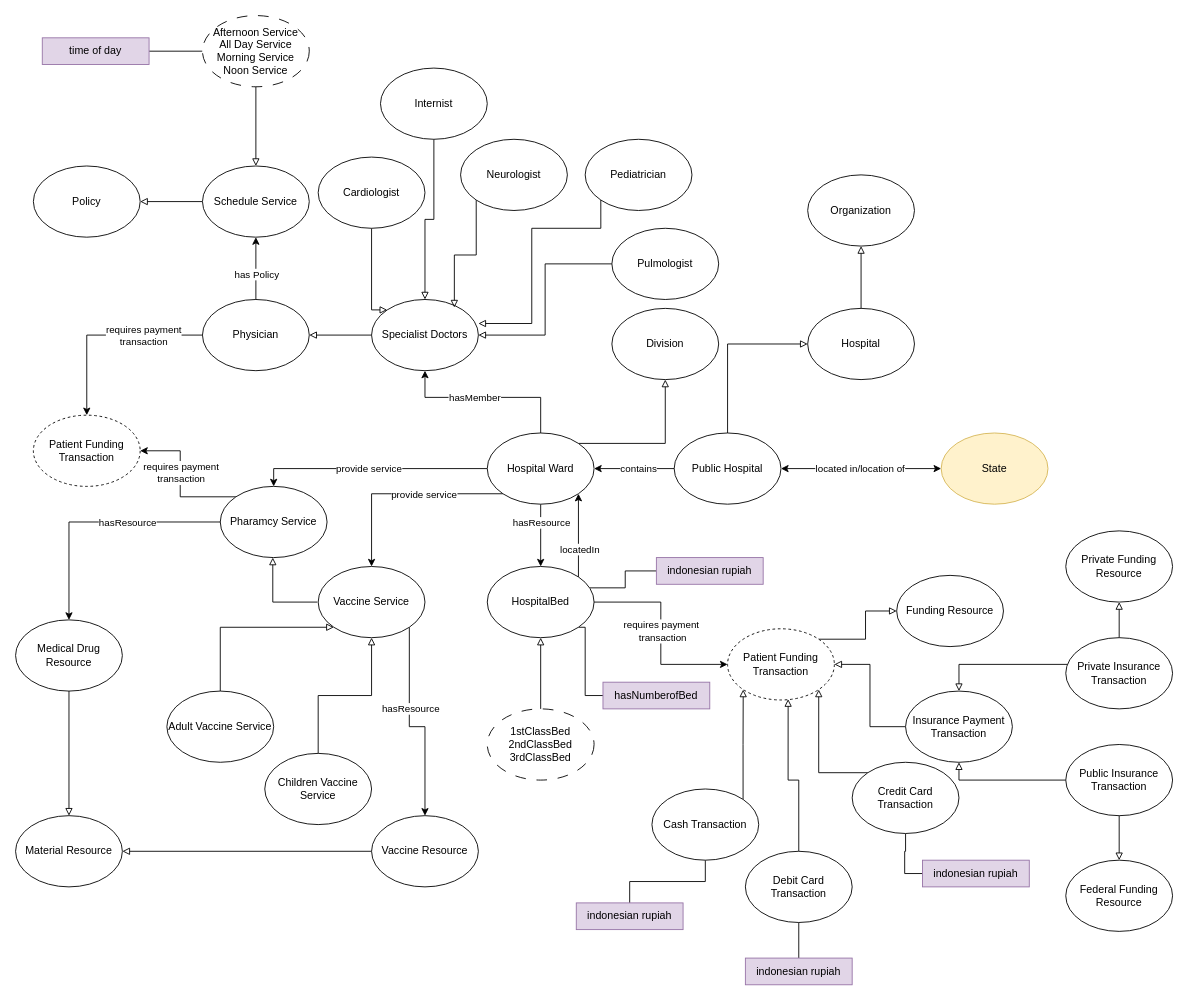
Before: page "v2" (2 of 6) of UPdate_ontology_Diagram_3.1.drawio in irhamniali/OGD_health, a draw.io diagram. Source tidied: cells renumbered, new cells numbered last; positions are measured from the earlier drawing's top-left corner, leaving out a move shared by most shapes. Both pictures are drawn from the tidied source at 89%, with x=0, y=0 at pixel (15, 15).
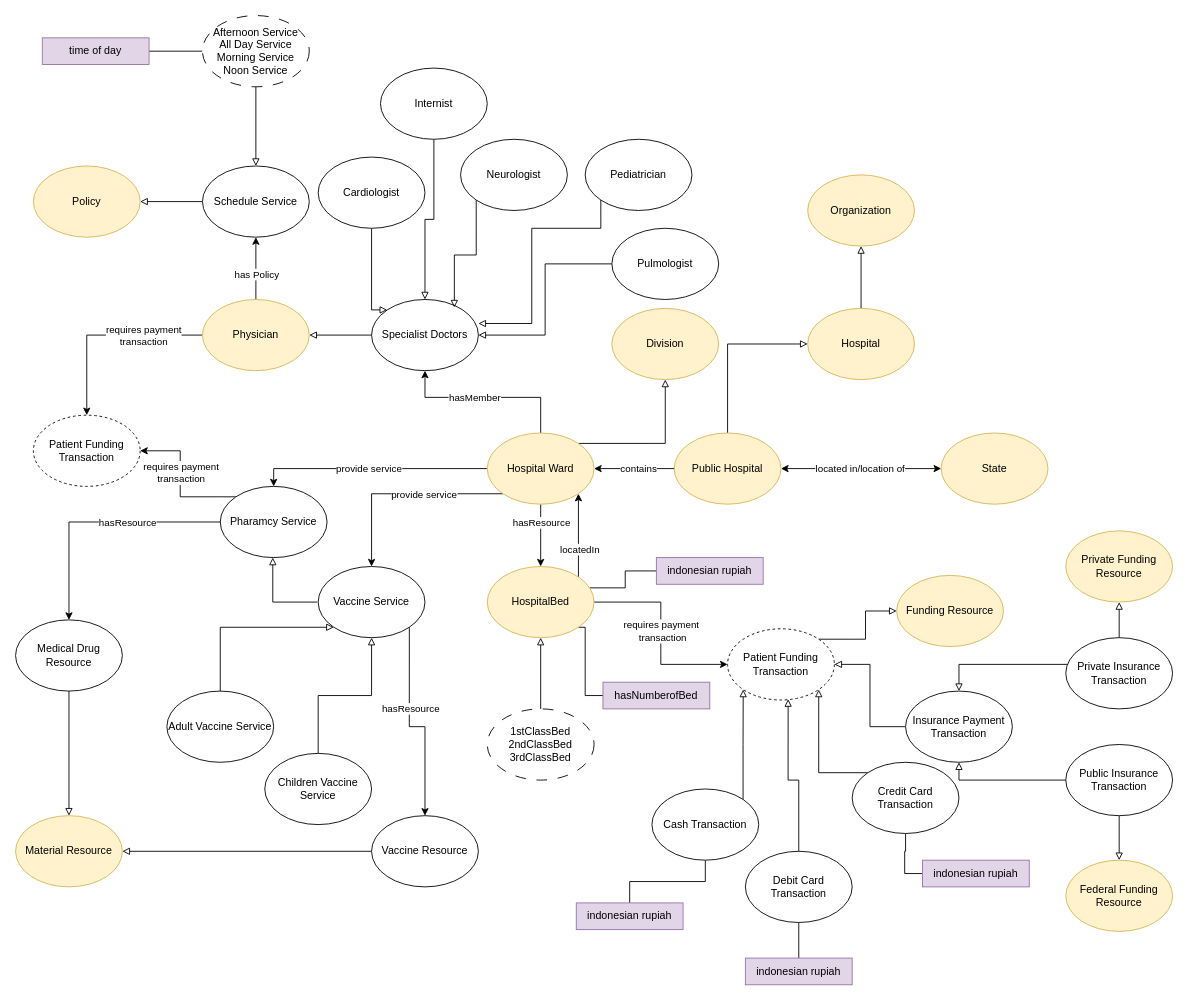
Above is the later version.

What changed in the source:
```diff
@@
-    <mxCell id="6" value="Public Hospital" style="ellipse;whiteSpace=wrap;html=1;" parent="1" vertex="1">
+    <mxCell id="6" value="Public Hospital" style="ellipse;whiteSpace=wrap;html=1;fillColor=#fff2cc;strokeColor=#d6b656;" parent="1" vertex="1">
       <mxGeometry x="740" y="469" width="120" height="80" as="geometry" />
     </mxCell>
@@
-    <mxCell id="8" value="Hospital" style="ellipse;whiteSpace=wrap;html=1;" parent="1" vertex="1">
+    <mxCell id="8" value="Hospital" style="ellipse;whiteSpace=wrap;html=1;fillColor=#fff2cc;strokeColor=#d6b656;" parent="1" vertex="1">
       <mxGeometry x="890" y="329" width="120" height="80" as="geometry" />
     </mxCell>
-    <mxCell id="9" value="Organization" style="ellipse;whiteSpace=wrap;html=1;" parent="1" vertex="1">
+    <mxCell id="9" value="Organization" style="ellipse;whiteSpace=wrap;html=1;fillColor=#fff2cc;strokeColor=#d6b656;" parent="1" vertex="1">
       <mxGeometry x="890" y="179" width="120" height="80" as="geometry" />
     </mxCell>
@@
-    <mxCell id="21" value="Hospital Ward" style="ellipse;whiteSpace=wrap;html=1;" parent="1" vertex="1">
+    <mxCell id="21" value="Hospital Ward" style="ellipse;whiteSpace=wrap;html=1;fillColor=#fff2cc;strokeColor=#d6b656;" parent="1" vertex="1">
       <mxGeometry x="530" y="469" width="120" height="80" as="geometry" />
     </mxCell>
-    <mxCell id="22" value="Division" style="ellipse;whiteSpace=wrap;html=1;" parent="1" vertex="1">
+    <mxCell id="22" value="Division" style="ellipse;whiteSpace=wrap;html=1;fillColor=#fff2cc;strokeColor=#d6b656;" parent="1" vertex="1">
       <mxGeometry x="670" y="329" width="120" height="80" as="geometry" />
     </mxCell>
@@
-    <mxCell id="29" value="HospitalBed" style="ellipse;whiteSpace=wrap;html=1;" parent="1" vertex="1">
+    <mxCell id="29" value="HospitalBed" style="ellipse;whiteSpace=wrap;html=1;fillColor=#fff2cc;strokeColor=#d6b656;" parent="1" vertex="1">
       <mxGeometry x="530" y="619" width="120" height="80" as="geometry" />
     </mxCell>
@@
-    <mxCell id="45" value="Funding Resource" style="ellipse;whiteSpace=wrap;html=1;" parent="1" vertex="1">
+    <mxCell id="45" value="Funding Resource" style="ellipse;whiteSpace=wrap;html=1;fillColor=#fff2cc;strokeColor=#d6b656;" parent="1" vertex="1">
       <mxGeometry x="990" y="629" width="120" height="80" as="geometry" />
     </mxCell>
@@
-    <mxCell id="70" value="Private Funding Resource" style="ellipse;whiteSpace=wrap;html=1;" parent="1" vertex="1">
+    <mxCell id="70" value="Private Funding Resource" style="ellipse;whiteSpace=wrap;html=1;fillColor=#fff2cc;strokeColor=#d6b656;" parent="1" vertex="1">
       <mxGeometry x="1180" y="579" width="120" height="80" as="geometry" />
     </mxCell>
-    <mxCell id="71" value="Federal Funding Resource" style="ellipse;whiteSpace=wrap;html=1;" parent="1" vertex="1">
+    <mxCell id="71" value="Federal Funding Resource" style="ellipse;whiteSpace=wrap;html=1;fillColor=#fff2cc;strokeColor=#d6b656;" parent="1" vertex="1">
       <mxGeometry x="1180" y="949" width="120" height="80" as="geometry" />
     </mxCell>
@@
-    <mxCell id="76" value="Physician" style="ellipse;whiteSpace=wrap;html=1;" parent="1" vertex="1">
+    <mxCell id="76" value="Physician" style="ellipse;whiteSpace=wrap;html=1;fillColor=#fff2cc;strokeColor=#d6b656;" parent="1" vertex="1">
       <mxGeometry x="210" y="319" width="120" height="80" as="geometry" />
     </mxCell>
@@
-    <mxCell id="79" value="Policy" style="ellipse;whiteSpace=wrap;html=1;" parent="1" vertex="1">
+    <mxCell id="79" value="Policy" style="ellipse;whiteSpace=wrap;html=1;fillColor=#fff2cc;strokeColor=#d6b656;" parent="1" vertex="1">
       <mxGeometry x="20" y="169" width="120" height="80" as="geometry" />
     </mxCell>
@@
-    <mxCell id="92" value="Material Resource" style="ellipse;whiteSpace=wrap;html=1;" parent="1" vertex="1">
+    <mxCell id="92" value="Material Resource" style="ellipse;whiteSpace=wrap;html=1;fillColor=#fff2cc;strokeColor=#d6b656;" parent="1" vertex="1">
       <mxGeometry y="899" width="120" height="80" as="geometry" />
     </mxCell>
```
